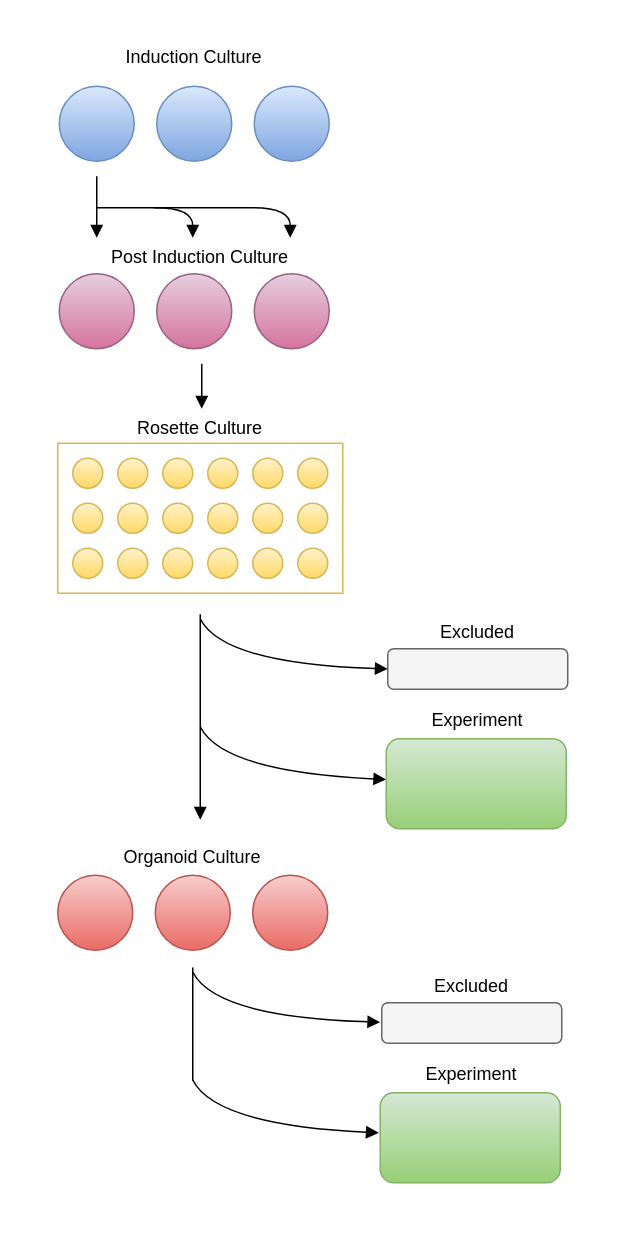
This is images/culture_diagram.drawio from judewerth/utah_organoids, a draw.io file, before an edit. Source tidied: cells renumbered, new cells numbered last; positions are measured from the earlier drawing's top-left corner, leaving out a move shared by most shapes. Both pictures are drawn from the tidied source at 150%, with x=0, y=0 at pixel (26, 26).
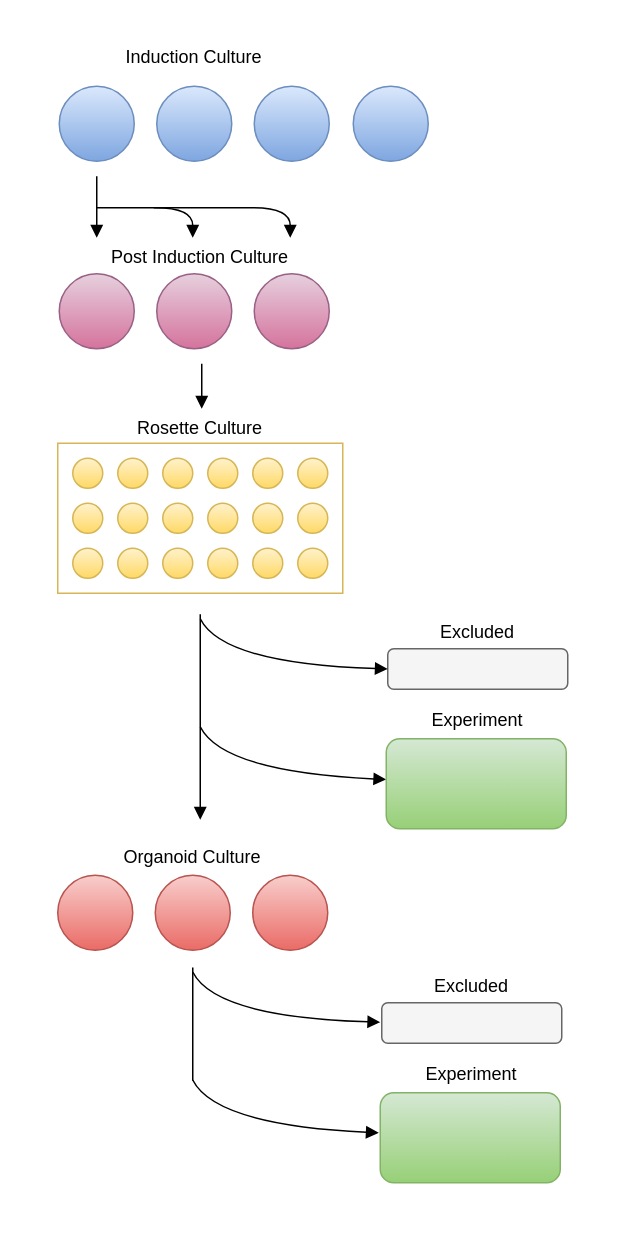
The same page after the edit.

Diff of the diagram source:
```diff
@@
+    <mxCell id="53" style="ellipse;whiteSpace=wrap;html=1;fillColor=#dae8fc;strokeColor=#6c8ebf;gradientColor=#7ea6e0;" parent="1" vertex="1">
+      <mxGeometry x="218" y="40" width="50" height="50" as="geometry" />
+    </mxCell>
```
